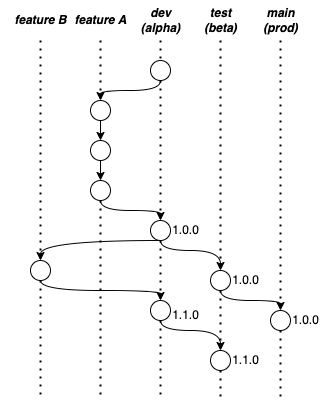
Earlier version of the draw.io export img/tesi-13-branching.drawio.png (paganellif/tesi-paganelli). Source tidied: cells renumbered, new cells last; positions are measured from the earlier drawing's top-left corner, leaving out a move shared by most shapes. Source of this version:
```xml
<mxGraphModel>
  <root>
    <mxCell id="0" />
    <mxCell id="1" parent="0" />
    <mxCell id="2" style="endArrow=none;dashed=1;html=1;dashPattern=1 3;strokeWidth=2;rounded=0;startArrow=none;" parent="1" edge="1" source="35">
      <mxGeometry relative="1" as="geometry">
        <mxPoint x="160" y="400" as="targetPoint" />
      </mxGeometry>
    </mxCell>
    <mxCell id="3" value="&lt;b&gt;&lt;i&gt;dev&lt;br&gt;(alpha)&lt;br&gt;&lt;/i&gt;&lt;/b&gt;" style="text;html=1;align=center;verticalAlign=middle;strokeColor=none;fillColor=none;" parent="1" vertex="1">
      <mxGeometry x="130" width="60" height="40" as="geometry" />
    </mxCell>
    <mxCell id="4" style="endArrow=none;dashed=1;html=1;dashPattern=1 3;strokeWidth=2;rounded=0;startArrow=none;" parent="1" edge="1" source="37">
      <mxGeometry relative="1" as="geometry">
        <mxPoint x="220" y="400" as="targetPoint" />
      </mxGeometry>
    </mxCell>
    <mxCell id="5" style="endArrow=none;dashed=1;html=1;dashPattern=1 3;strokeWidth=2;rounded=0;startArrow=none;" parent="1" edge="1" source="27">
      <mxGeometry relative="1" as="geometry">
        <mxPoint x="280" y="400" as="targetPoint" />
      </mxGeometry>
    </mxCell>
    <mxCell id="6" value="&lt;b&gt;&lt;i&gt;test&lt;br&gt;(beta)&lt;br&gt;&lt;/i&gt;&lt;/b&gt;" style="text;html=1;align=center;verticalAlign=middle;strokeColor=none;fillColor=none;" parent="1" vertex="1">
      <mxGeometry x="190" width="60" height="40" as="geometry" />
    </mxCell>
    <mxCell id="7" value="&lt;b&gt;&lt;i&gt;main&lt;br&gt;(prod)&lt;br&gt;&lt;/i&gt;&lt;/b&gt;" style="text;html=1;align=center;verticalAlign=middle;strokeColor=none;fillColor=none;" parent="1" vertex="1">
      <mxGeometry x="250" width="60" height="40" as="geometry" />
    </mxCell>
    <mxCell id="8" style="endArrow=none;dashed=1;html=1;dashPattern=1 3;strokeWidth=2;rounded=0;startArrow=none;" parent="1" edge="1" source="18">
      <mxGeometry relative="1" as="geometry">
        <mxPoint x="100" y="400" as="targetPoint" />
      </mxGeometry>
    </mxCell>
    <mxCell id="9" value="&lt;b&gt;&lt;i&gt;feature A&lt;/i&gt;&lt;/b&gt;" style="text;html=1;align=center;verticalAlign=middle;strokeColor=none;fillColor=none;" parent="1" vertex="1">
      <mxGeometry x="60" y="5" width="80" height="30" as="geometry" />
    </mxCell>
    <mxCell id="10" style="edgeStyle=orthogonalEdgeStyle;rounded=0;jettySize=auto;html=1;startArrow=none;startFill=0;curved=1;exitX=0.5;exitY=1;exitDx=0;exitDy=0;" parent="1" edge="1" source="11" target="13">
      <mxGeometry relative="1" as="geometry">
        <Array as="points">
          <mxPoint x="100" y="90" />
        </Array>
      </mxGeometry>
    </mxCell>
    <mxCell id="11" style="ellipse;whiteSpace=wrap;html=1;" parent="1" vertex="1">
      <mxGeometry x="150" y="60" width="20" height="20" as="geometry" />
    </mxCell>
    <mxCell id="12" style="endArrow=none;dashed=1;html=1;dashPattern=1 3;strokeWidth=2;rounded=0;" parent="1" edge="1" target="11">
      <mxGeometry relative="1" as="geometry">
        <mxPoint x="160" y="40" as="sourcePoint" />
      </mxGeometry>
    </mxCell>
    <mxCell id="13" style="ellipse;whiteSpace=wrap;html=1;" parent="1" vertex="1">
      <mxGeometry x="90" y="100" width="20" height="20" as="geometry" />
    </mxCell>
    <mxCell id="14" style="endArrow=none;dashed=1;html=1;dashPattern=1 3;strokeWidth=2;rounded=0;" parent="1" edge="1" target="13">
      <mxGeometry relative="1" as="geometry">
        <mxPoint x="100" y="40" as="sourcePoint" />
      </mxGeometry>
    </mxCell>
    <mxCell id="15" style="ellipse;whiteSpace=wrap;html=1;" parent="1" vertex="1">
      <mxGeometry x="90" y="140" width="20" height="20" as="geometry" />
    </mxCell>
    <mxCell id="16" style="endArrow=classic;html=1;strokeWidth=1;rounded=0;startArrow=none;endFill=1;" parent="1" edge="1" source="13" target="15">
      <mxGeometry relative="1" as="geometry" />
    </mxCell>
    <mxCell id="17" style="edgeStyle=orthogonalEdgeStyle;curved=1;rounded=0;jettySize=auto;html=1;startArrow=none;startFill=0;endArrow=classic;endFill=1;strokeWidth=1;" parent="1" edge="1" source="18" target="22">
      <mxGeometry relative="1" as="geometry">
        <Array as="points">
          <mxPoint x="100" y="210" />
          <mxPoint x="160" y="210" />
        </Array>
      </mxGeometry>
    </mxCell>
    <mxCell id="18" style="ellipse;whiteSpace=wrap;html=1;" parent="1" vertex="1">
      <mxGeometry x="90" y="180" width="20" height="20" as="geometry" />
    </mxCell>
    <mxCell id="19" style="endArrow=classic;html=1;strokeWidth=1;rounded=0;startArrow=none;endFill=1;" parent="1" edge="1" source="15" target="18">
      <mxGeometry relative="1" as="geometry" />
    </mxCell>
    <mxCell id="20" style="edgeStyle=orthogonalEdgeStyle;curved=1;rounded=0;jettySize=auto;html=1;startArrow=none;startFill=0;endArrow=classic;endFill=1;strokeWidth=1;exitX=0.5;exitY=1;exitDx=0;exitDy=0;" parent="1" edge="1" source="22" target="25">
      <mxGeometry relative="1" as="geometry">
        <Array as="points">
          <mxPoint x="160" y="250" />
          <mxPoint x="220" y="250" />
        </Array>
      </mxGeometry>
    </mxCell>
    <mxCell id="21" style="edgeStyle=orthogonalEdgeStyle;curved=1;rounded=0;jettySize=auto;html=1;startArrow=none;startFill=0;endArrow=classic;endFill=1;strokeWidth=1;" parent="1" edge="1" source="22" target="32">
      <mxGeometry relative="1" as="geometry">
        <Array as="points">
          <mxPoint x="40" y="240" />
        </Array>
      </mxGeometry>
    </mxCell>
    <mxCell id="22" style="ellipse;whiteSpace=wrap;html=1;" parent="1" vertex="1">
      <mxGeometry x="150" y="220" width="20" height="20" as="geometry" />
    </mxCell>
    <mxCell id="23" style="endArrow=none;dashed=1;html=1;dashPattern=1 3;strokeWidth=2;rounded=0;startArrow=none;" parent="1" edge="1" source="11" target="22">
      <mxGeometry relative="1" as="geometry" />
    </mxCell>
    <mxCell id="24" style="edgeStyle=orthogonalEdgeStyle;curved=1;rounded=0;jettySize=auto;html=1;startArrow=none;startFill=0;endArrow=classic;endFill=1;strokeWidth=1;" parent="1" edge="1" source="25" target="27">
      <mxGeometry relative="1" as="geometry">
        <Array as="points">
          <mxPoint x="220" y="300" />
          <mxPoint x="280" y="300" />
        </Array>
      </mxGeometry>
    </mxCell>
    <mxCell id="25" style="ellipse;whiteSpace=wrap;html=1;" parent="1" vertex="1">
      <mxGeometry x="210" y="270" width="20" height="20" as="geometry" />
    </mxCell>
    <mxCell id="26" style="endArrow=none;dashed=1;html=1;dashPattern=1 3;strokeWidth=2;rounded=0;" parent="1" edge="1" target="25">
      <mxGeometry relative="1" as="geometry">
        <mxPoint x="220" y="40" as="sourcePoint" />
      </mxGeometry>
    </mxCell>
    <mxCell id="27" style="ellipse;whiteSpace=wrap;html=1;" parent="1" vertex="1">
      <mxGeometry x="270" y="310" width="20" height="20" as="geometry" />
    </mxCell>
    <mxCell id="28" style="endArrow=none;dashed=1;html=1;dashPattern=1 3;strokeWidth=2;rounded=0;" parent="1" edge="1" target="27">
      <mxGeometry relative="1" as="geometry">
        <mxPoint x="280" y="40" as="sourcePoint" />
      </mxGeometry>
    </mxCell>
    <mxCell id="29" style="endArrow=none;dashed=1;html=1;dashPattern=1 3;strokeWidth=2;rounded=0;startArrow=none;startFill=0;" parent="1" edge="1" source="32">
      <mxGeometry relative="1" as="geometry">
        <mxPoint x="40" y="400" as="targetPoint" />
      </mxGeometry>
    </mxCell>
    <mxCell id="30" value="&lt;b&gt;&lt;i&gt;feature B&lt;/i&gt;&lt;/b&gt;" style="text;html=1;align=center;verticalAlign=middle;strokeColor=none;fillColor=none;" parent="1" vertex="1">
      <mxGeometry y="5" width="80" height="30" as="geometry" />
    </mxCell>
    <mxCell id="31" style="edgeStyle=orthogonalEdgeStyle;curved=1;rounded=0;jettySize=auto;html=1;startArrow=none;startFill=0;endArrow=classic;endFill=1;strokeWidth=1;" parent="1" edge="1" source="32" target="35">
      <mxGeometry relative="1" as="geometry">
        <Array as="points">
          <mxPoint x="40" y="290" />
          <mxPoint x="160" y="290" />
        </Array>
      </mxGeometry>
    </mxCell>
    <mxCell id="32" style="ellipse;whiteSpace=wrap;html=1;" parent="1" vertex="1">
      <mxGeometry x="30" y="260" width="20" height="20" as="geometry" />
    </mxCell>
    <mxCell id="33" style="endArrow=none;dashed=1;html=1;dashPattern=1 3;strokeWidth=2;rounded=0;" parent="1" edge="1" target="32">
      <mxGeometry relative="1" as="geometry">
        <mxPoint x="40" y="40" as="sourcePoint" />
      </mxGeometry>
    </mxCell>
    <mxCell id="34" style="edgeStyle=orthogonalEdgeStyle;curved=1;rounded=0;jettySize=auto;html=1;startArrow=none;startFill=0;endArrow=classic;endFill=1;strokeWidth=1;" parent="1" edge="1" source="35" target="37">
      <mxGeometry relative="1" as="geometry">
        <Array as="points">
          <mxPoint x="160" y="330" />
          <mxPoint x="220" y="330" />
        </Array>
      </mxGeometry>
    </mxCell>
    <mxCell id="35" style="ellipse;whiteSpace=wrap;html=1;" parent="1" vertex="1">
      <mxGeometry x="150" y="300" width="20" height="20" as="geometry" />
    </mxCell>
    <mxCell id="36" style="endArrow=none;dashed=1;html=1;dashPattern=1 3;strokeWidth=2;rounded=0;startArrow=none;" parent="1" edge="1" source="22" target="35">
      <mxGeometry relative="1" as="geometry" />
    </mxCell>
    <mxCell id="37" style="ellipse;whiteSpace=wrap;html=1;" parent="1" vertex="1">
      <mxGeometry x="210" y="350" width="20" height="20" as="geometry" />
    </mxCell>
    <mxCell id="38" style="endArrow=none;dashed=1;html=1;dashPattern=1 3;strokeWidth=2;rounded=0;startArrow=none;" parent="1" edge="1" source="25" target="37">
      <mxGeometry relative="1" as="geometry" />
    </mxCell>
    <mxCell id="39" value="1.0.0" style="text;html=1;align=center;verticalAlign=middle;strokeColor=none;fillColor=none;" parent="1" vertex="1">
      <mxGeometry x="160" y="215" width="50" height="30" as="geometry" />
    </mxCell>
    <mxCell id="40" value="1.0.0" style="text;html=1;align=center;verticalAlign=middle;strokeColor=none;fillColor=none;" parent="1" vertex="1">
      <mxGeometry x="220" y="265" width="50" height="30" as="geometry" />
    </mxCell>
    <mxCell id="41" value="1.0.0" style="text;html=1;align=center;verticalAlign=middle;strokeColor=none;fillColor=none;" parent="1" vertex="1">
      <mxGeometry x="280" y="305" width="50" height="30" as="geometry" />
    </mxCell>
    <mxCell id="42" value="1.1.0" style="text;html=1;align=center;verticalAlign=middle;strokeColor=none;fillColor=none;" parent="1" vertex="1">
      <mxGeometry x="160" y="300" width="50" height="30" as="geometry" />
    </mxCell>
    <mxCell id="43" value="1.1.0" style="text;html=1;align=center;verticalAlign=middle;strokeColor=none;fillColor=none;" parent="1" vertex="1">
      <mxGeometry x="220" y="345" width="50" height="30" as="geometry" />
    </mxCell>
  </root>
</mxGraphModel>
```
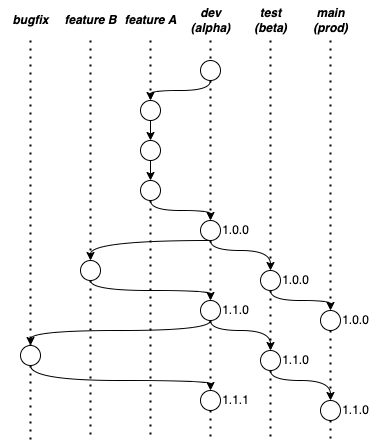
The same diagram one commit later.

The edit, as a diff of the source:
```diff
@@ -2,9 +2,9 @@
   <root>
     <mxCell id="0" />
     <mxCell id="1" parent="0" />
-    <mxCell id="2" style="endArrow=none;dashed=1;html=1;dashPattern=1 3;strokeWidth=2;rounded=0;startArrow=none;" parent="1" edge="1" source="35">
+    <mxCell id="2" style="endArrow=none;dashed=1;html=1;dashPattern=1 3;strokeWidth=2;rounded=0;startArrow=none;" parent="1" edge="1" source="51">
       <mxGeometry relative="1" as="geometry">
-        <mxPoint x="160" y="400" as="targetPoint" />
+        <mxPoint x="160" y="440" as="targetPoint" />
       </mxGeometry>
     </mxCell>
     <mxCell id="3" value="&lt;b&gt;&lt;i&gt;dev&lt;br&gt;(alpha)&lt;br&gt;&lt;/i&gt;&lt;/b&gt;" style="text;html=1;align=center;verticalAlign=middle;strokeColor=none;fillColor=none;" parent="1" vertex="1">
@@ -12,12 +12,12 @@
     </mxCell>
     <mxCell id="4" style="endArrow=none;dashed=1;html=1;dashPattern=1 3;strokeWidth=2;rounded=0;startArrow=none;" parent="1" edge="1" source="37">
       <mxGeometry relative="1" as="geometry">
-        <mxPoint x="220" y="400" as="targetPoint" />
+        <mxPoint x="220" y="440" as="targetPoint" />
       </mxGeometry>
     </mxCell>
-    <mxCell id="5" style="endArrow=none;dashed=1;html=1;dashPattern=1 3;strokeWidth=2;rounded=0;startArrow=none;" parent="1" edge="1" source="27">
+    <mxCell id="5" style="endArrow=none;dashed=1;html=1;dashPattern=1 3;strokeWidth=2;rounded=0;startArrow=none;" parent="1" edge="1" source="53">
       <mxGeometry relative="1" as="geometry">
-        <mxPoint x="280" y="400" as="targetPoint" />
+        <mxPoint x="280" y="440" as="targetPoint" />
       </mxGeometry>
     </mxCell>
     <mxCell id="6" value="&lt;b&gt;&lt;i&gt;test&lt;br&gt;(beta)&lt;br&gt;&lt;/i&gt;&lt;/b&gt;" style="text;html=1;align=center;verticalAlign=middle;strokeColor=none;fillColor=none;" parent="1" vertex="1">
@@ -28,7 +28,7 @@
     </mxCell>
     <mxCell id="8" style="endArrow=none;dashed=1;html=1;dashPattern=1 3;strokeWidth=2;rounded=0;startArrow=none;" parent="1" edge="1" source="18">
       <mxGeometry relative="1" as="geometry">
-        <mxPoint x="100" y="400" as="targetPoint" />
+        <mxPoint x="100" y="440" as="targetPoint" />
       </mxGeometry>
     </mxCell>
     <mxCell id="9" value="&lt;b&gt;&lt;i&gt;feature A&lt;/i&gt;&lt;/b&gt;" style="text;html=1;align=center;verticalAlign=middle;strokeColor=none;fillColor=none;" parent="1" vertex="1">
@@ -124,7 +124,7 @@
     </mxCell>
     <mxCell id="29" style="endArrow=none;dashed=1;html=1;dashPattern=1 3;strokeWidth=2;rounded=0;startArrow=none;startFill=0;" parent="1" edge="1" source="32">
       <mxGeometry relative="1" as="geometry">
-        <mxPoint x="40" y="400" as="targetPoint" />
+        <mxPoint x="40" y="440" as="targetPoint" />
       </mxGeometry>
     </mxCell>
     <mxCell id="30" value="&lt;b&gt;&lt;i&gt;feature B&lt;/i&gt;&lt;/b&gt;" style="text;html=1;align=center;verticalAlign=middle;strokeColor=none;fillColor=none;" parent="1" vertex="1">
@@ -160,6 +160,14 @@
     <mxCell id="36" style="endArrow=none;dashed=1;html=1;dashPattern=1 3;strokeWidth=2;rounded=0;startArrow=none;" parent="1" edge="1" source="22" target="35">
       <mxGeometry relative="1" as="geometry" />
     </mxCell>
+    <mxCell id="44" style="edgeStyle=orthogonalEdgeStyle;curved=1;rounded=0;jettySize=auto;html=1;exitX=0.5;exitY=1;exitDx=0;exitDy=0;" parent="1" edge="1" source="37" target="53">
+      <mxGeometry relative="1" as="geometry">
+        <Array as="points">
+          <mxPoint x="220" y="380" />
+          <mxPoint x="280" y="380" />
+        </Array>
+      </mxGeometry>
+    </mxCell>
     <mxCell id="37" style="ellipse;whiteSpace=wrap;html=1;" parent="1" vertex="1">
       <mxGeometry x="210" y="350" width="20" height="20" as="geometry" />
     </mxCell>
@@ -175,11 +183,61 @@
     <mxCell id="41" value="1.0.0" style="text;html=1;align=center;verticalAlign=middle;strokeColor=none;fillColor=none;" parent="1" vertex="1">
       <mxGeometry x="280" y="305" width="50" height="30" as="geometry" />
     </mxCell>
+    <mxCell id="45" style="edgeStyle=orthogonalEdgeStyle;rounded=0;jettySize=auto;html=1;entryX=0.5;entryY=0;entryDx=0;entryDy=0;curved=1;exitX=0.5;exitY=1;exitDx=0;exitDy=0;" parent="1" edge="1" source="35" target="48">
+      <mxGeometry relative="1" as="geometry">
+        <Array as="points">
+          <mxPoint x="160" y="330" />
+          <mxPoint x="-20" y="330" />
+        </Array>
+      </mxGeometry>
+    </mxCell>
     <mxCell id="42" value="1.1.0" style="text;html=1;align=center;verticalAlign=middle;strokeColor=none;fillColor=none;" parent="1" vertex="1">
-      <mxGeometry x="160" y="300" width="50" height="30" as="geometry" />
+      <mxGeometry x="160" y="295" width="50" height="30" as="geometry" />
     </mxCell>
     <mxCell id="43" value="1.1.0" style="text;html=1;align=center;verticalAlign=middle;strokeColor=none;fillColor=none;" parent="1" vertex="1">
       <mxGeometry x="220" y="345" width="50" height="30" as="geometry" />
     </mxCell>
+    <mxCell id="46" style="endArrow=none;dashed=1;html=1;dashPattern=1 3;strokeWidth=2;rounded=0;startArrow=none;" parent="1" edge="1" source="48">
+      <mxGeometry relative="1" as="geometry">
+        <mxPoint x="-20" y="440" as="targetPoint" />
+      </mxGeometry>
+    </mxCell>
+    <mxCell id="47" style="edgeStyle=orthogonalEdgeStyle;curved=1;rounded=0;jettySize=auto;html=1;" parent="1" edge="1" source="48" target="51">
+      <mxGeometry relative="1" as="geometry">
+        <Array as="points">
+          <mxPoint x="-20" y="380" />
+          <mxPoint x="160" y="380" />
+        </Array>
+      </mxGeometry>
+    </mxCell>
+    <mxCell id="48" style="ellipse;whiteSpace=wrap;html=1;" parent="1" vertex="1">
+      <mxGeometry x="-30" y="345" width="20" height="20" as="geometry" />
+    </mxCell>
+    <mxCell id="49" style="endArrow=none;dashed=1;html=1;dashPattern=1 3;strokeWidth=2;rounded=0;" parent="1" edge="1" target="48">
+      <mxGeometry relative="1" as="geometry">
+        <mxPoint x="-20" y="40" as="sourcePoint" />
+      </mxGeometry>
+    </mxCell>
+    <mxCell id="50" value="&lt;b&gt;&lt;i&gt;bugfix&lt;/i&gt;&lt;/b&gt;" style="text;html=1;align=center;verticalAlign=middle;strokeColor=none;fillColor=none;" parent="1" vertex="1">
+      <mxGeometry x="-50" y="5" width="60" height="30" as="geometry" />
+    </mxCell>
+    <mxCell id="51" style="ellipse;whiteSpace=wrap;html=1;" parent="1" vertex="1">
+      <mxGeometry x="150" y="390" width="20" height="20" as="geometry" />
+    </mxCell>
+    <mxCell id="52" style="endArrow=none;dashed=1;html=1;dashPattern=1 3;strokeWidth=2;rounded=0;startArrow=none;" parent="1" edge="1" source="35" target="51">
+      <mxGeometry relative="1" as="geometry" />
+    </mxCell>
+    <mxCell id="53" style="ellipse;whiteSpace=wrap;html=1;" parent="1" vertex="1">
+      <mxGeometry x="270" y="400" width="20" height="20" as="geometry" />
+    </mxCell>
+    <mxCell id="54" style="endArrow=none;dashed=1;html=1;dashPattern=1 3;strokeWidth=2;rounded=0;startArrow=none;" parent="1" edge="1" source="27" target="53">
+      <mxGeometry relative="1" as="geometry" />
+    </mxCell>
+    <mxCell id="55" value="1.1.0" style="text;html=1;align=center;verticalAlign=middle;strokeColor=none;fillColor=none;" parent="1" vertex="1">
+      <mxGeometry x="280" y="395" width="50" height="30" as="geometry" />
+    </mxCell>
+    <mxCell id="56" value="1.1.1" style="text;html=1;align=center;verticalAlign=middle;strokeColor=none;fillColor=none;" parent="1" vertex="1">
+      <mxGeometry x="160" y="385" width="50" height="30" as="geometry" />
+    </mxCell>
   </root>
 </mxGraphModel>
```
